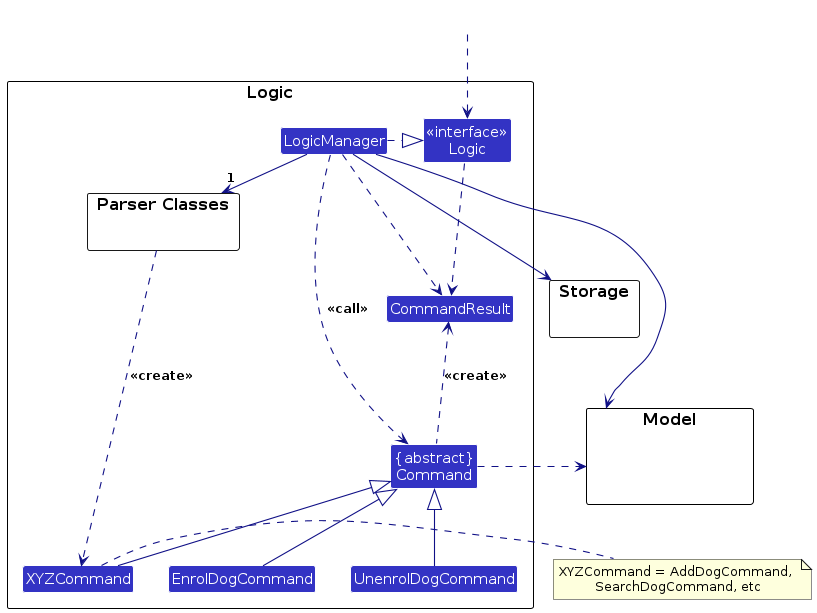
Earlier version of the PlantUML export diagrams/LogicClassDiagram.png (AY2627S1-CS2103T-T15-4/tp). Its source is kept beside it as diagrams/LogicClassDiagram.puml.
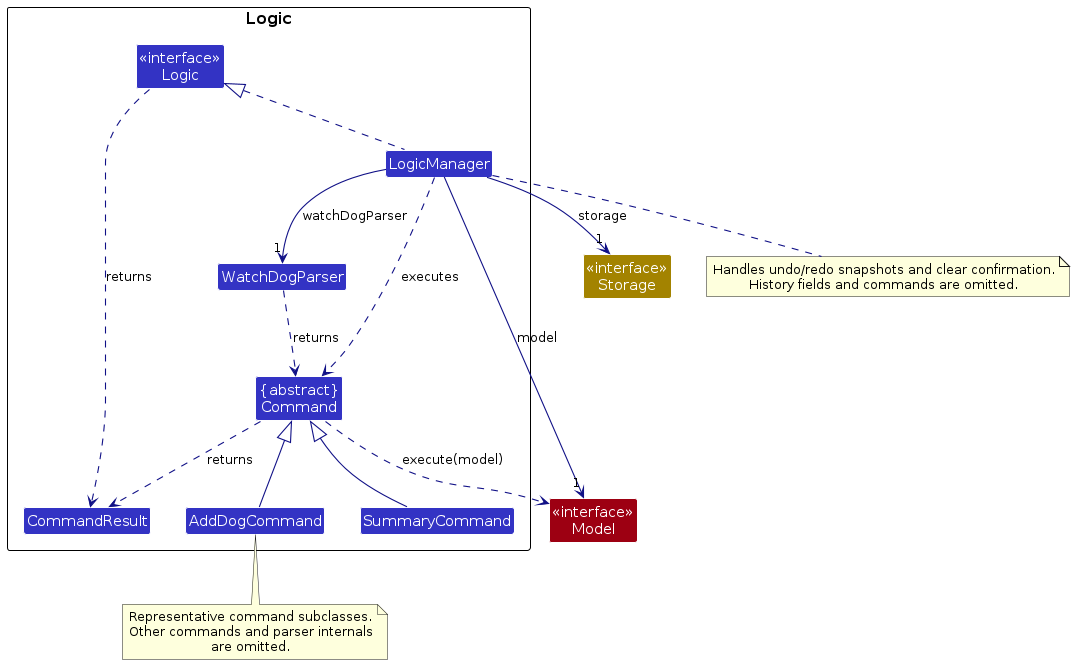
The same diagram one commit later.

The edit, as a diff of the source:
```diff
@@ -5,47 +5,38 @@
 skinparam classBackgroundColor LOGIC_COLOR
 
 package Logic as LogicPackage {
-
-package "Parser Classes" as ParserClasses{
-}
-Class XYZCommand
-Class EnrolDogCommand
-Class UnenrolDogCommand
-Class CommandResult
-Class "{abstract}\nCommand" as Command
-
-
-Class "<<interface>>\nLogic" as Logic
-Class LogicManager
+class "<<interface>>\nLogic" as Logic
+class LogicManager
+class WatchDogParser
+class "{abstract}\nCommand" as Command
+class AddDogCommand
+class SummaryCommand
+class CommandResult
 }
 
-package Model {
-Class HiddenModel #FFFFFF
-}
+class "<<interface>>\nModel" as Model MODEL_COLOR
+class "<<interface>>\nStorage" as Storage STORAGE_COLOR
 
-package Storage {
-}
+LogicManager .up.|> Logic
+LogicManager --> "1" WatchDogParser : watchDogParser
+LogicManager --> "1" Model : model
+LogicManager --> "1" Storage : storage
+LogicManager ..> Command : executes
+WatchDogParser ..> Command : returns
+AddDogCommand -up-|> Command
+SummaryCommand -up-|> Command
+Command ..> Model : execute(model)
+Command ..> CommandResult : returns
+Logic ..> CommandResult : returns
 
-Class HiddenOutside #FFFFFF
-HiddenOutside ..> Logic
+note bottom of AddDogCommand
+  Representative command subclasses.
+  Other commands and parser internals
+  are omitted.
+end note
 
-LogicManager .right.|> Logic
-LogicManager -right->"1" ParserClasses
-ParserClasses ..> XYZCommand : <<create>>
-
-XYZCommand -up-|> Command
-EnrolDogCommand -up-|> Command
-UnenrolDogCommand -up-|> Command
-LogicManager .left.> Command : <<call>>
-
-LogicManager --> Model
-LogicManager --> Storage
-Storage --[hidden] Model
-Command .[hidden]up.> Storage
-Command .right.> Model
-note right of XYZCommand: XYZCommand = AddDogCommand, \nSearchDogCommand, etc
-
-Logic ..> CommandResult
-LogicManager .down.> CommandResult
-Command .up.> CommandResult : <<create>>
+note bottom of LogicManager
+  Handles undo/redo snapshots and clear confirmation.
+  History fields and commands are omitted.
+end note
 @enduml
```
